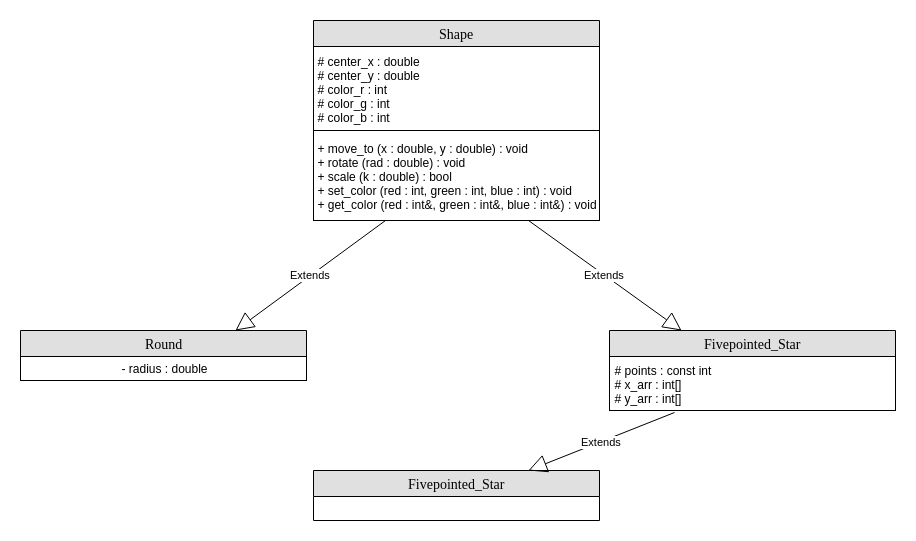
Above: 7383/Vlasov_Roman/lab2/diagram.png in moevm/oop (draw.io), before the change. Source tidied: cells renumbered, new cells last; positions are measured from the earlier drawing's top-left corner, leaving out a move shared by most shapes.
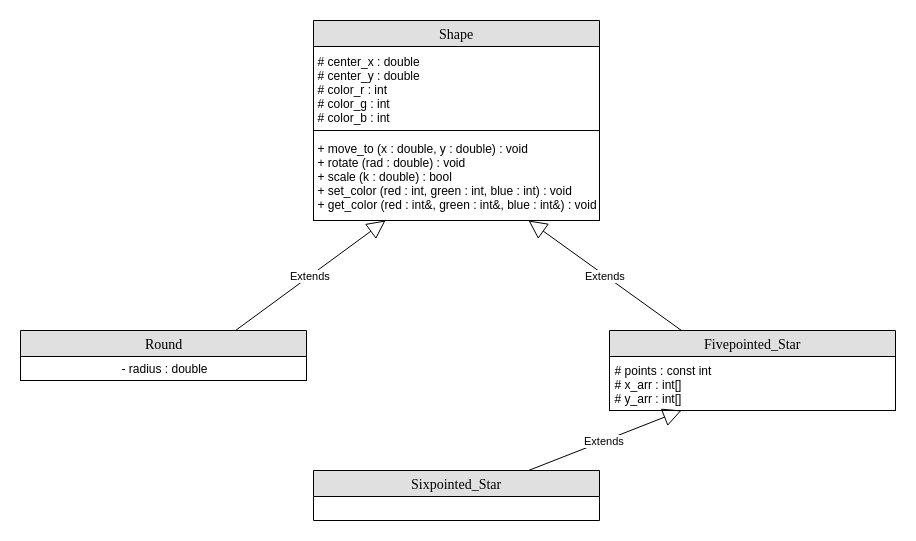
After the change.

The edit, as a diff of the source:
```diff
@@ -23,16 +23,16 @@
     <mxCell id="8" value="&lt;div style=&quot;text-align: left&quot;&gt;&lt;span&gt;# points : const int&amp;nbsp; &amp;nbsp; &amp;nbsp; &amp;nbsp; &amp;nbsp; &amp;nbsp; &amp;nbsp; &amp;nbsp; &amp;nbsp; &amp;nbsp; &amp;nbsp; &amp;nbsp; &amp;nbsp; &amp;nbsp; &amp;nbsp; &amp;nbsp; &amp;nbsp; &amp;nbsp; &amp;nbsp; &amp;nbsp; &amp;nbsp; &amp;nbsp; &amp;nbsp; &amp;nbsp; &amp;nbsp; &amp;nbsp; &amp;nbsp;&amp;nbsp;&lt;/span&gt;&lt;br&gt;&lt;/div&gt;&lt;div style=&quot;text-align: left&quot;&gt;&lt;span&gt;# x_arr : int[]&lt;/span&gt;&lt;/div&gt;&lt;div style=&quot;text-align: left&quot;&gt;&lt;span&gt;# y_arr : int[]&lt;/span&gt;&lt;/div&gt;" style="rounded=0;whiteSpace=wrap;html=1;" parent="7" vertex="1">
       <mxGeometry y="26" width="286" height="54" as="geometry" />
     </mxCell>
-    <mxCell id="9" value="Fivepointed_Star" style="swimlane;html=1;fontStyle=0;horizontal=1;startSize=26;fillColor=#e0e0e0;swimlaneFillColor=#ffffff;align=center;rounded=0;shadow=0;comic=0;labelBackgroundColor=none;strokeColor=#000000;strokeWidth=1;fontFamily=Verdana;fontSize=14;fontColor=#000000;" parent="1" vertex="1">
+    <mxCell id="9" value="Sixpointed_Star" style="swimlane;html=1;fontStyle=0;horizontal=1;startSize=26;fillColor=#e0e0e0;swimlaneFillColor=#ffffff;align=center;rounded=0;shadow=0;comic=0;labelBackgroundColor=none;strokeColor=#000000;strokeWidth=1;fontFamily=Verdana;fontSize=14;fontColor=#000000;" parent="1" vertex="1">
       <mxGeometry x="293" y="450" width="286" height="50" as="geometry" />
     </mxCell>
-    <mxCell id="10" value="Extends" style="endArrow=block;endSize=16;endFill=0;html=1;exitX=0.25;exitY=1;exitDx=0;exitDy=0;entryX=0.75;entryY=0;entryDx=0;entryDy=0;" parent="1" edge="1" source="4" target="5">
+    <mxCell id="10" value="Extends" style="endArrow=block;endSize=16;endFill=0;html=1;exitX=0.75;exitY=0;exitDx=0;exitDy=0;entryX=0.25;entryY=1;entryDx=0;entryDy=0;" parent="1" edge="1" source="5" target="4">
       <mxGeometry relative="1" as="geometry" />
     </mxCell>
-    <mxCell id="11" value="Extends" style="endArrow=block;endSize=16;endFill=0;html=1;exitX=0.229;exitY=1.032;exitDx=0;exitDy=0;entryX=0.75;entryY=0;entryDx=0;entryDy=0;exitPerimeter=0;" parent="1" edge="1" source="8" target="9">
+    <mxCell id="11" value="Extends" style="endArrow=block;endSize=16;endFill=0;html=1;entryX=0.25;entryY=1;entryDx=0;entryDy=0;exitX=0.75;exitY=0;exitDx=0;exitDy=0;" parent="1" edge="1" source="9" target="8">
       <mxGeometry relative="1" as="geometry" />
     </mxCell>
-    <mxCell id="12" value="Extends" style="endArrow=block;endSize=16;endFill=0;html=1;exitX=0.75;exitY=1;exitDx=0;exitDy=0;entryX=0.25;entryY=0;entryDx=0;entryDy=0;" parent="1" edge="1" source="4" target="7">
+    <mxCell id="12" value="Extends" style="endArrow=block;endSize=16;endFill=0;html=1;entryX=0.75;entryY=1;entryDx=0;entryDy=0;exitX=0.25;exitY=0;exitDx=0;exitDy=0;" parent="1" edge="1" source="7" target="4">
       <mxGeometry relative="1" as="geometry" />
     </mxCell>
   </root>
```
